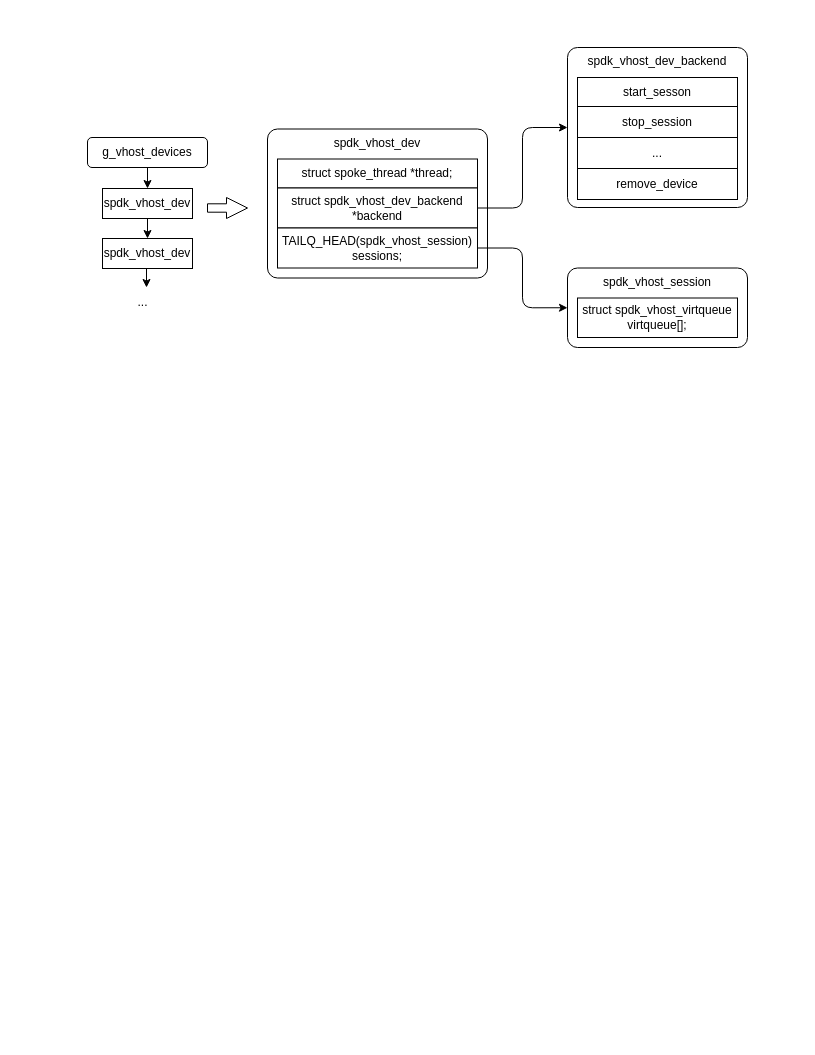
Aspiresky/draw.io keeps this draw.io diagram as page "vhost" (1 of 2) of spdk.drawio. Above is the earlier version. Source tidied: cells renumbered, new cells numbered last; positions are measured from the earlier drawing's top-left corner, leaving out a move shared by most shapes. Both pictures are drawn from the tidied source at 100%, with x=0, y=0 at pixel (87, 47).
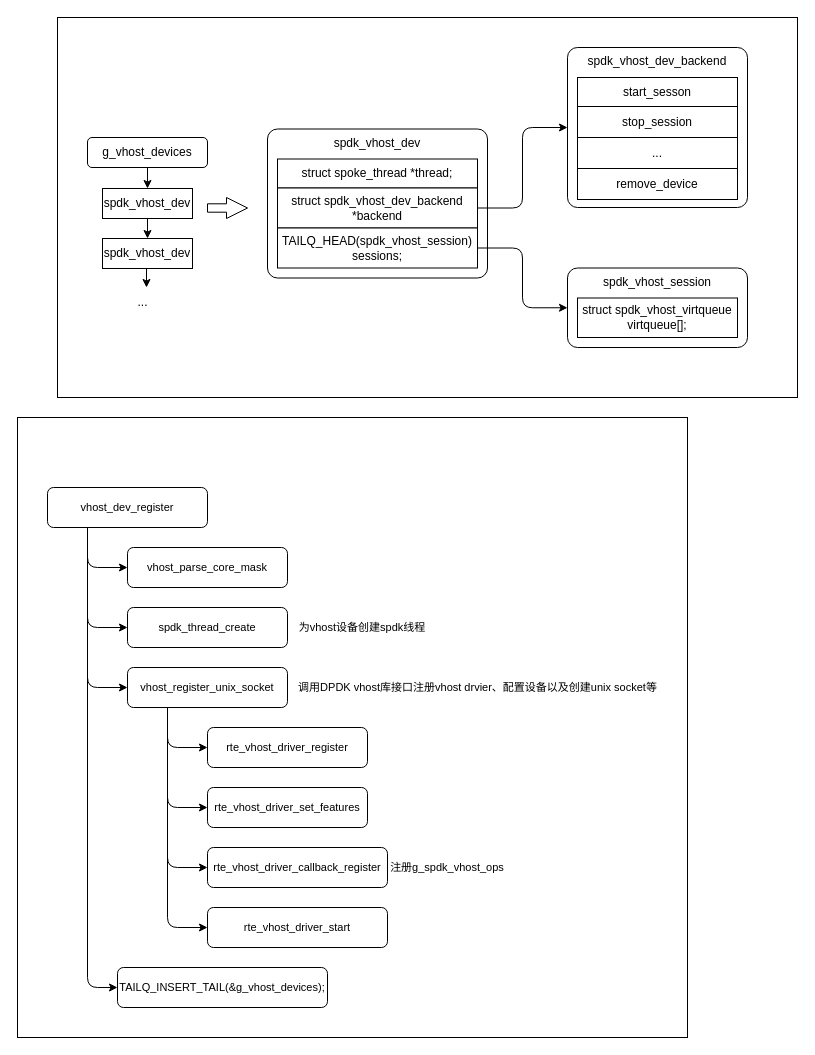
The same page after the edit.

Unchanged cells that the change refers to:
```xml
<mxCell id="6" value="spdk_vhost_dev" style="rounded=0;whiteSpace=wrap;html=1;" parent="1" vertex="1">
  <mxGeometry x="15" y="191" width="90" height="30" as="geometry" />
</mxCell>
```

Change to the diagram source:
```diff
@@
+    <mxCell id="23" style="rounded=0;whiteSpace=wrap;html=1;fontFamily=Helvetica;fontSize=11;fontColor=default;labelBackgroundColor=default;" parent="1" vertex="1">
+      <mxGeometry x="-30" y="-30" width="740" height="380" as="geometry" />
+    </mxCell>
@@
-    <mxCell id="8" style="edgeStyle=orthogonalEdgeStyle;rounded=0;jettySize=auto;html=1;exitX=0.5;exitY=1;exitDx=0;exitDy=0;entryX=0.467;entryY=-0.033;entryDx=0;entryDy=0;entryPerimeter=0;" parent="1" edge="1" source="6">
-      <mxGeometry relative="1" as="geometry">
-        <mxPoint x="59" y="240" as="targetPoint" />
-      </mxGeometry>
-    </mxCell>
+    <mxCell id="24" style="edgeStyle=orthogonalEdgeStyle;rounded=0;jettySize=auto;html=1;exitX=0.5;exitY=1;exitDx=0;exitDy=0;entryX=0.467;entryY=-0.033;entryDx=0;entryDy=0;entryPerimeter=0;" parent="1" edge="1" source="6">
+      <mxGeometry relative="1" as="geometry">
+        <mxPoint x="59" y="240" as="targetPoint" />
+      </mxGeometry>
+    </mxCell>
@@
+    <mxCell id="25" style="rounded=0;whiteSpace=wrap;html=1;fontFamily=Helvetica;fontSize=11;fontColor=default;labelBackgroundColor=default;" parent="1" vertex="1">
+      <mxGeometry x="-70" y="370" width="670" height="620" as="geometry" />
+    </mxCell>
+    <mxCell id="26" style="edgeStyle=orthogonalEdgeStyle;rounded=1;jettySize=auto;html=1;exitX=0.25;exitY=1;exitDx=0;exitDy=0;entryX=0;entryY=0.5;entryDx=0;entryDy=0;strokeColor=default;align=center;verticalAlign=middle;fontFamily=Helvetica;fontSize=11;fontColor=default;labelBackgroundColor=default;endArrow=classic;" parent="1" edge="1" source="30" target="31">
+      <mxGeometry relative="1" as="geometry" />
+    </mxCell>
+    <mxCell id="27" style="edgeStyle=orthogonalEdgeStyle;rounded=1;jettySize=auto;html=1;exitX=0.25;exitY=1;exitDx=0;exitDy=0;entryX=0;entryY=0.5;entryDx=0;entryDy=0;strokeColor=default;align=center;verticalAlign=middle;fontFamily=Helvetica;fontSize=11;fontColor=default;labelBackgroundColor=default;endArrow=classic;" parent="1" edge="1" source="30" target="32">
+      <mxGeometry relative="1" as="geometry" />
+    </mxCell>
+    <mxCell id="28" style="edgeStyle=orthogonalEdgeStyle;rounded=1;jettySize=auto;html=1;exitX=0.25;exitY=1;exitDx=0;exitDy=0;entryX=0;entryY=0.5;entryDx=0;entryDy=0;strokeColor=default;align=center;verticalAlign=middle;fontFamily=Helvetica;fontSize=11;fontColor=default;labelBackgroundColor=default;endArrow=classic;" parent="1" edge="1" source="30" target="38">
+      <mxGeometry relative="1" as="geometry" />
+    </mxCell>
+    <mxCell id="29" style="edgeStyle=orthogonalEdgeStyle;rounded=1;jettySize=auto;html=1;exitX=0.25;exitY=1;exitDx=0;exitDy=0;entryX=0;entryY=0.5;entryDx=0;entryDy=0;strokeColor=default;align=center;verticalAlign=middle;fontFamily=Helvetica;fontSize=11;fontColor=default;labelBackgroundColor=default;endArrow=classic;" parent="1" edge="1" source="30" target="43">
+      <mxGeometry relative="1" as="geometry" />
+    </mxCell>
+    <mxCell id="30" value="vhost_dev_register" style="rounded=1;whiteSpace=wrap;html=1;fontFamily=Helvetica;fontSize=11;fontColor=default;labelBackgroundColor=default;" parent="1" vertex="1">
+      <mxGeometry x="-40" y="440" width="160" height="40" as="geometry" />
+    </mxCell>
+    <mxCell id="31" value="vhost_parse_core_mask" style="rounded=1;whiteSpace=wrap;html=1;fontFamily=Helvetica;fontSize=11;fontColor=default;labelBackgroundColor=default;" parent="1" vertex="1">
+      <mxGeometry x="40" y="500" width="160" height="40" as="geometry" />
+    </mxCell>
+    <mxCell id="32" value="spdk_thread_create" style="rounded=1;whiteSpace=wrap;html=1;fontFamily=Helvetica;fontSize=11;fontColor=default;labelBackgroundColor=default;" parent="1" vertex="1">
+      <mxGeometry x="40" y="560" width="160" height="40" as="geometry" />
+    </mxCell>
+    <mxCell id="33" value="为vhost设备创建spdk线程" style="text;html=1;align=center;verticalAlign=middle;whiteSpace=wrap;rounded=0;fontFamily=Helvetica;fontSize=11;fontColor=default;labelBackgroundColor=default;" parent="1" vertex="1">
+      <mxGeometry x="210" y="565" width="130" height="30" as="geometry" />
+    </mxCell>
+    <mxCell id="34" style="edgeStyle=orthogonalEdgeStyle;rounded=1;jettySize=auto;html=1;exitX=0.25;exitY=1;exitDx=0;exitDy=0;entryX=0;entryY=0.5;entryDx=0;entryDy=0;strokeColor=default;align=center;verticalAlign=middle;fontFamily=Helvetica;fontSize=11;fontColor=default;labelBackgroundColor=default;endArrow=classic;" parent="1" edge="1" source="38" target="39">
+      <mxGeometry relative="1" as="geometry" />
+    </mxCell>
+    <mxCell id="35" style="edgeStyle=orthogonalEdgeStyle;rounded=1;jettySize=auto;html=1;exitX=0.25;exitY=1;exitDx=0;exitDy=0;entryX=0;entryY=0.5;entryDx=0;entryDy=0;strokeColor=default;align=center;verticalAlign=middle;fontFamily=Helvetica;fontSize=11;fontColor=default;labelBackgroundColor=default;endArrow=classic;" parent="1" edge="1" source="38" target="40">
+      <mxGeometry relative="1" as="geometry" />
+    </mxCell>
+    <mxCell id="36" style="edgeStyle=orthogonalEdgeStyle;rounded=1;jettySize=auto;html=1;exitX=0.25;exitY=1;exitDx=0;exitDy=0;entryX=0;entryY=0.5;entryDx=0;entryDy=0;strokeColor=default;align=center;verticalAlign=middle;fontFamily=Helvetica;fontSize=11;fontColor=default;labelBackgroundColor=default;endArrow=classic;" parent="1" edge="1" source="38" target="41">
+      <mxGeometry relative="1" as="geometry" />
+    </mxCell>
+    <mxCell id="37" style="edgeStyle=orthogonalEdgeStyle;rounded=1;jettySize=auto;html=1;exitX=0.25;exitY=1;exitDx=0;exitDy=0;entryX=0;entryY=0.5;entryDx=0;entryDy=0;strokeColor=default;align=center;verticalAlign=middle;fontFamily=Helvetica;fontSize=11;fontColor=default;labelBackgroundColor=default;endArrow=classic;" parent="1" edge="1" source="38" target="42">
+      <mxGeometry relative="1" as="geometry" />
+    </mxCell>
+    <mxCell id="38" value="vhost_register_unix_socket" style="rounded=1;whiteSpace=wrap;html=1;fontFamily=Helvetica;fontSize=11;fontColor=default;labelBackgroundColor=default;" parent="1" vertex="1">
+      <mxGeometry x="40" y="620" width="160" height="40" as="geometry" />
+    </mxCell>
+    <mxCell id="39" value="rte_vhost_driver_register" style="rounded=1;whiteSpace=wrap;html=1;fontFamily=Helvetica;fontSize=11;fontColor=default;labelBackgroundColor=default;" parent="1" vertex="1">
+      <mxGeometry x="120" y="680" width="160" height="40" as="geometry" />
+    </mxCell>
+    <mxCell id="40" value="rte_vhost_driver_set_features" style="rounded=1;whiteSpace=wrap;html=1;fontFamily=Helvetica;fontSize=11;fontColor=default;labelBackgroundColor=default;" parent="1" vertex="1">
+      <mxGeometry x="120" y="740" width="160" height="40" as="geometry" />
+    </mxCell>
+    <mxCell id="41" value="rte_vhost_driver_callback_register" style="rounded=1;whiteSpace=wrap;html=1;fontFamily=Helvetica;fontSize=11;fontColor=default;labelBackgroundColor=default;" parent="1" vertex="1">
+      <mxGeometry x="120" y="800" width="180" height="40" as="geometry" />
+    </mxCell>
+    <mxCell id="42" value="rte_vhost_driver_start" style="rounded=1;whiteSpace=wrap;html=1;fontFamily=Helvetica;fontSize=11;fontColor=default;labelBackgroundColor=default;" parent="1" vertex="1">
+      <mxGeometry x="120" y="860" width="180" height="40" as="geometry" />
+    </mxCell>
+    <mxCell id="43" value="TAILQ_INSERT_TAIL(&amp;amp;g_vhost_devices);" style="rounded=1;whiteSpace=wrap;html=1;fontFamily=Helvetica;fontSize=11;fontColor=default;labelBackgroundColor=default;" parent="1" vertex="1">
+      <mxGeometry x="30" y="920" width="210" height="40" as="geometry" />
+    </mxCell>
+    <mxCell id="44" value="注册g_spdk_vhost_ops" style="text;html=1;align=center;verticalAlign=middle;whiteSpace=wrap;rounded=0;fontFamily=Helvetica;fontSize=11;fontColor=default;labelBackgroundColor=default;" parent="1" vertex="1">
+      <mxGeometry x="300" y="805" width="120" height="30" as="geometry" />
+    </mxCell>
+    <mxCell id="45" value="调用DPDK vhost库接口注册vhost drvier、配置设备以及创建unix socket等" style="text;html=1;align=center;verticalAlign=middle;strokeColor=none;fillColor=none;fontFamily=Helvetica;fontSize=11;fontColor=default;labelBackgroundColor=default;" parent="1" vertex="1">
+      <mxGeometry x="200" y="625" width="380" height="30" as="geometry" />
+    </mxCell>
```
